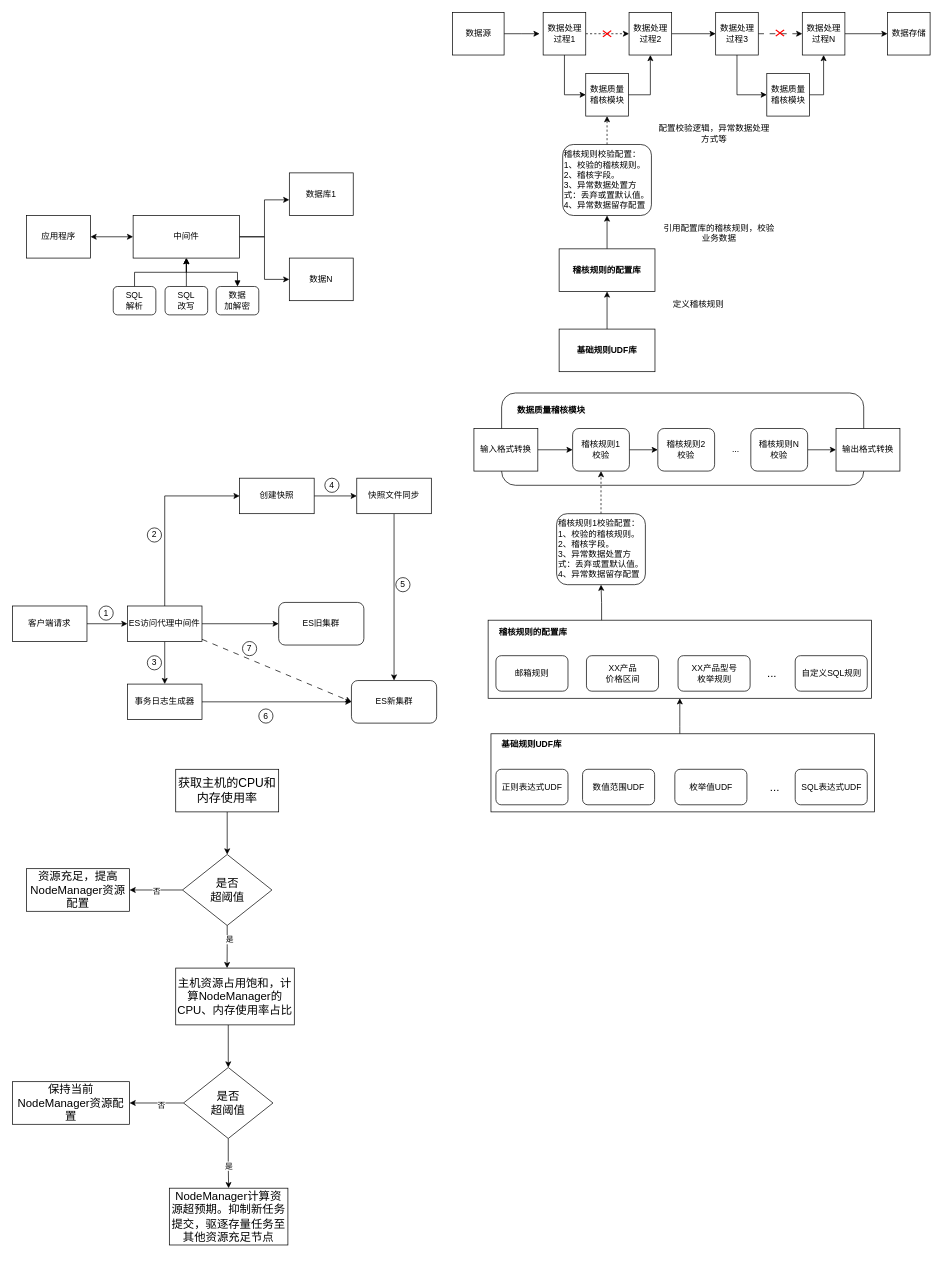
Earlier version of the draw.io diagram page "第 2 页" (2 of 2) of dame2024/zl.drawio (zcw5116/drawIO). Source tidied: cells renumbered, new cells numbered last; positions are measured from the earlier drawing's top-left corner, leaving out a move shared by most shapes. Both pictures are drawn from the tidied source at 71%, with x=0, y=0 at pixel (12, 12).
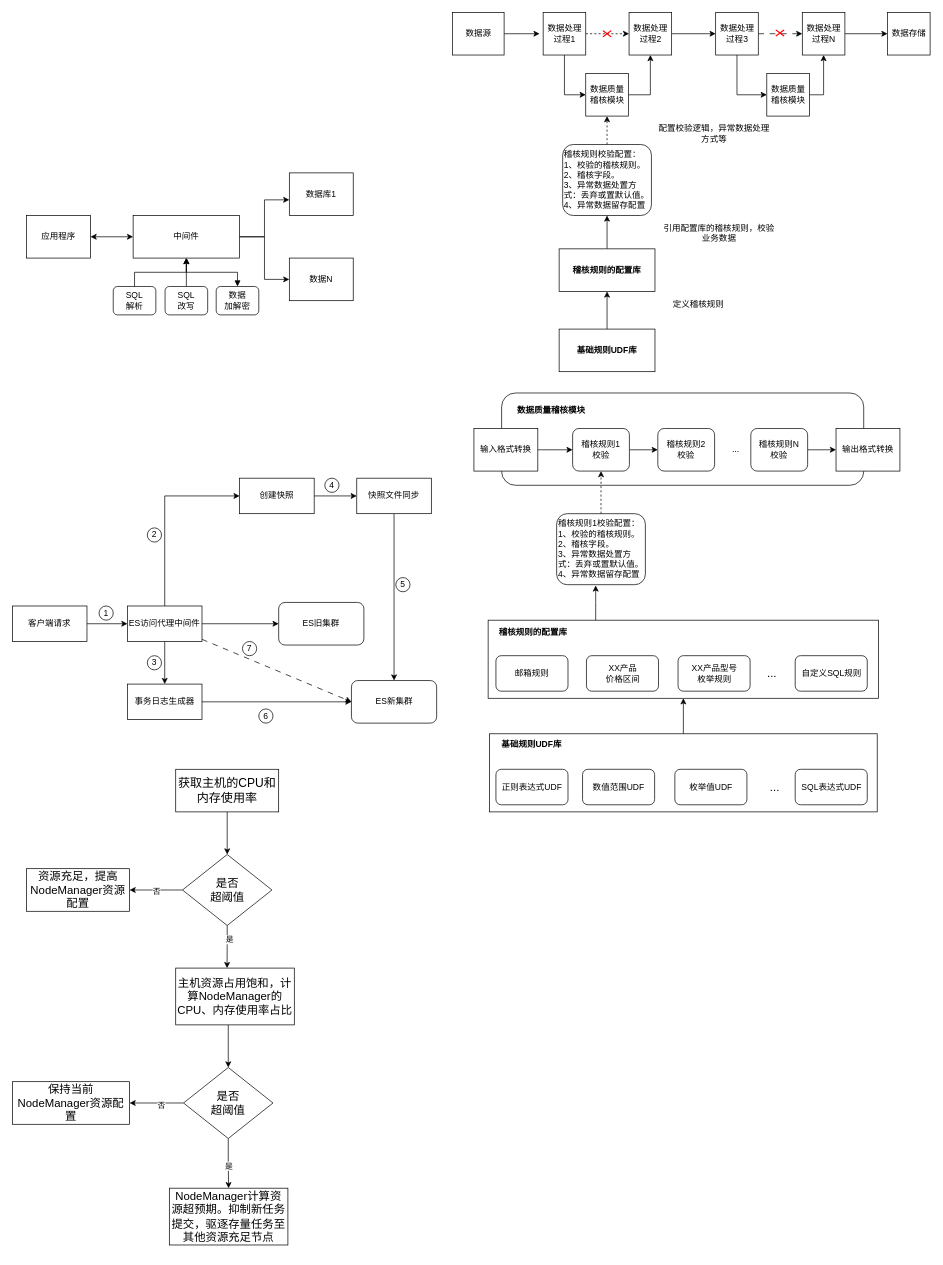
After the change.

The change refers to these unchanged cells:
```xml
<mxCell id="100" value="稽核规则1校验配置：&lt;div&gt;1、校验的稽核规则。&lt;/div&gt;&lt;div&gt;2、稽核字段。&lt;/div&gt;&lt;div&gt;3、异常数据处置方式：丢弃或置默认值。&lt;/div&gt;&lt;div&gt;4、异常数据留存配置&lt;/div&gt;" style="rounded=1;whiteSpace=wrap;html=1;align=left;" parent="1" vertex="1">
  <mxGeometry x="766.5" y="706" width="125" height="100" as="geometry" />
</mxCell>
```

Change to the diagram source:
```diff
@@
     <mxCell id="2" style="edgeStyle=orthogonalEdgeStyle;rounded=0;jettySize=auto;html=1;entryX=0.5;entryY=1;entryDx=0;entryDy=0;" parent="1" edge="1" source="3" target="93">
-      <mxGeometry relative="1" as="geometry">
-        <Array as="points">
-          <mxPoint x="940" y="1006" />
-          <mxPoint x="940" y="1006" />
-        </Array>
-      </mxGeometry>
+      <mxGeometry relative="1" as="geometry" />
     </mxCell>
     <mxCell id="3" style="rounded=0;whiteSpace=wrap;html=1;" parent="1" vertex="1">
-      <mxGeometry x="674" y="1016" width="540" height="110" as="geometry" />
+      <mxGeometry x="672" y="1016" width="546" height="110" as="geometry" />
     </mxCell>
@@
-    <mxCell id="92" style="edgeStyle=orthogonalEdgeStyle;rounded=0;jettySize=auto;html=1;entryX=0.5;entryY=1;entryDx=0;entryDy=0;exitX=0.296;exitY=0.016;exitDx=0;exitDy=0;exitPerimeter=0;" parent="1" edge="1" source="93" target="100">
-      <mxGeometry relative="1" as="geometry" />
-    </mxCell>
     <mxCell id="93" style="rounded=0;whiteSpace=wrap;html=1;" parent="1" vertex="1">
-      <mxGeometry x="670" y="856" width="540" height="110" as="geometry" />
+      <mxGeometry x="670" y="856" width="550" height="110" as="geometry" />
     </mxCell>
@@
+    <mxCell id="92" style="edgeStyle=orthogonalEdgeStyle;rounded=0;jettySize=auto;html=1;entryX=0.44;entryY=1.011;entryDx=0;entryDy=0;entryPerimeter=0;" parent="1" edge="1" source="93" target="100">
+      <mxGeometry relative="1" as="geometry">
+        <Array as="points">
+          <mxPoint x="822" y="831" />
+        </Array>
+      </mxGeometry>
+    </mxCell>
```
